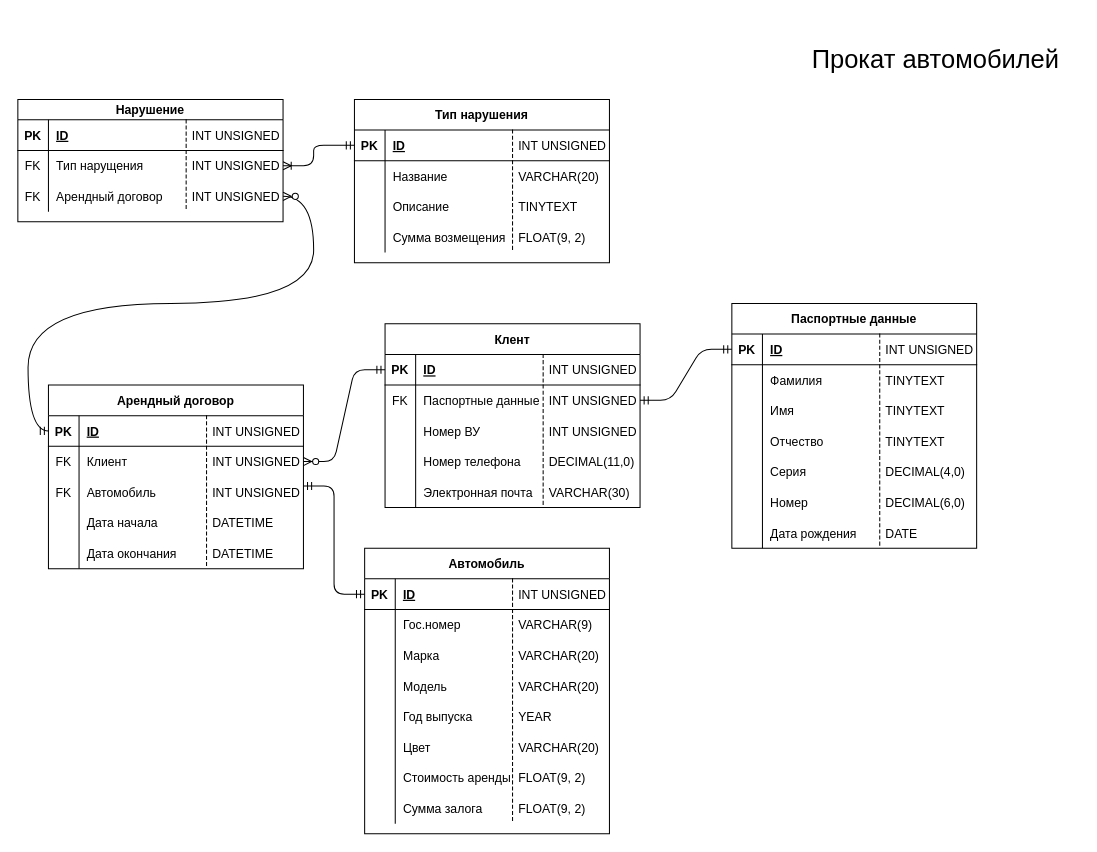
agrowein/database-project keeps this draw.io diagram as er/market.physics.drawio. Above is the earlier version. Source tidied: cells renumbered, new cells numbered last; positions are measured from the earlier drawing's top-left corner, leaving out a move shared by most shapes. Both pictures are drawn from the tidied source at 102%, with x=0, y=0 at pixel (17, 17).
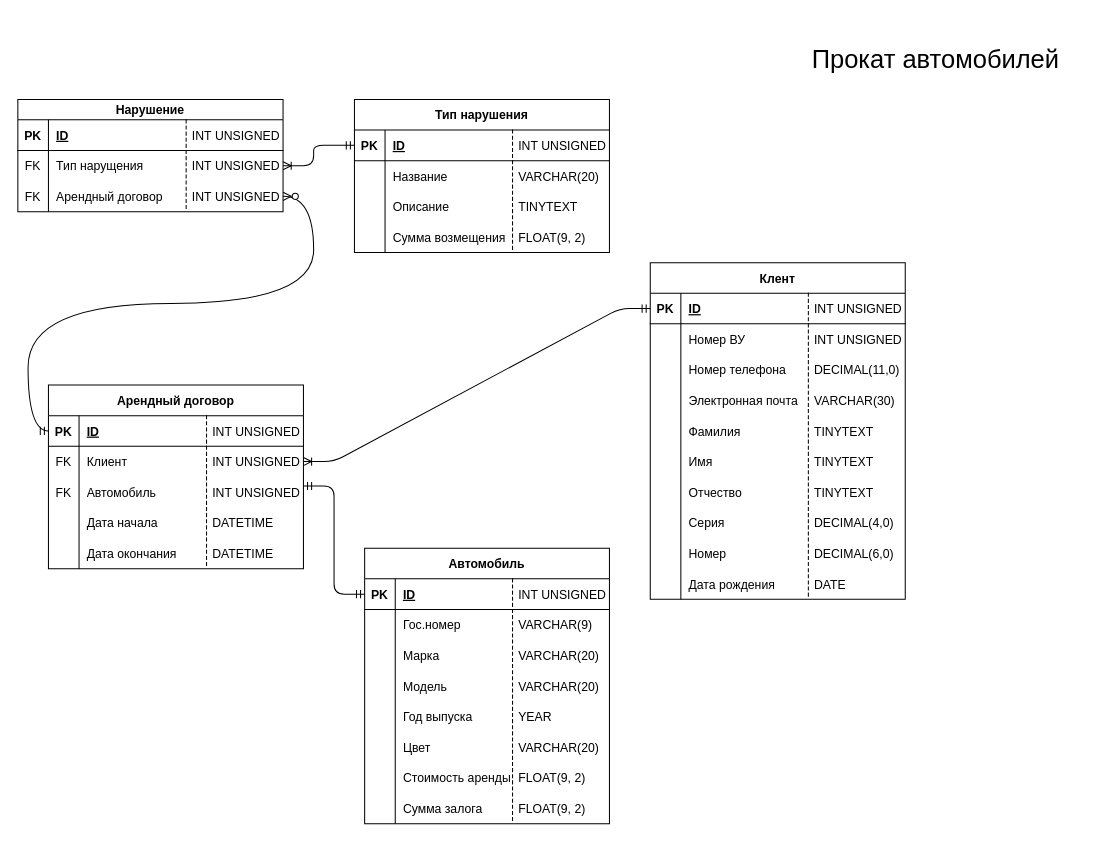
Above is the later version.

The change refers to these unchanged cells:
```xml
<mxCell id="29" style="shape=partialRectangle;fillColor=none;top=0;left=0;bottom=1;right=0;points=[[0,0.5],[1,0.5]];portConstraint=eastwest;" parent="28" vertex="1">
  <mxGeometry y="30" width="250" height="30" as="geometry" />
</mxCell>
```

What changed in the source:
```diff
@@
     <mxCell id="3" value="Автомобиль" style="shape=table;startSize=30;childLayout=tableLayout;rowLines=0;fontStyle=1;align=center;" parent="1" vertex="1">
-      <mxGeometry x="340" y="520" width="240" height="280" as="geometry" />
+      <mxGeometry x="340" y="520" width="240" height="270" as="geometry" />
     </mxCell>
@@
     <mxCell id="28" value="Клент" style="shape=table;startSize=30;childLayout=tableLayout;rowLines=0;fontStyle=1;align=center;" parent="1" vertex="1">
-      <mxGeometry x="360" y="300" width="250" height="180" as="geometry" />
+      <mxGeometry x="620" y="240" width="250" height="330" as="geometry" />
     </mxCell>
@@
-    <mxCell id="32" style="shape=partialRectangle;fillColor=none;top=0;left=0;bottom=0;right=0;points=[[0,0.5],[1,0.5]];portConstraint=eastwest;" parent="28" vertex="1">
-      <mxGeometry y="60" width="250" height="30" as="geometry" />
-    </mxCell>
-    <mxCell id="33" value="FK" style="shape=partialRectangle;fillColor=none;top=0;left=0;bottom=0;right=0;overflow=hidden;" parent="32" vertex="1">
-      <mxGeometry width="30" height="30" as="geometry" />
-    </mxCell>
-    <mxCell id="34" value="Паспортные данные" style="shape=partialRectangle;fillColor=none;top=0;left=0;bottom=0;right=0;align=left;spacingLeft=6;overflow=hidden;" parent="32" vertex="1">
-      <mxGeometry x="30" width="220" height="30" as="geometry" />
-    </mxCell>
     <mxCell id="35" style="shape=partialRectangle;fillColor=none;top=0;left=0;bottom=0;right=0;" parent="28" vertex="1">
-      <mxGeometry y="90" width="250" height="30" as="geometry" />
+      <mxGeometry y="60" width="250" height="30" as="geometry" />
     </mxCell>
@@
     <mxCell id="38" style="shape=partialRectangle;fillColor=none;top=0;left=0;bottom=0;right=0;" parent="28" vertex="1">
-      <mxGeometry y="120" width="250" height="30" as="geometry" />
+      <mxGeometry y="90" width="250" height="30" as="geometry" />
     </mxCell>
@@
     <mxCell id="41" style="shape=partialRectangle;fillColor=none;top=0;left=0;bottom=0;right=0;" parent="28" vertex="1">
-      <mxGeometry y="150" width="250" height="30" as="geometry" />
+      <mxGeometry y="120" width="250" height="30" as="geometry" />
     </mxCell>
@@
-    <mxCell id="44" value="Арендный договор" style="shape=table;startSize=30;childLayout=tableLayout;rowLines=0;fontStyle=1;align=center;" parent="1" vertex="1">
-      <mxGeometry x="30" y="360" width="250" height="180" as="geometry" />
-    </mxCell>
-    <mxCell id="45" style="shape=partialRectangle;fillColor=none;top=0;left=0;bottom=1;right=0;points=[[0,0.5],[1,0.5]];portConstraint=eastwest;" parent="44" vertex="1">
-      <mxGeometry y="30" width="250" height="30" as="geometry" />
-    </mxCell>
-    <mxCell id="46" value="PK" style="shape=partialRectangle;fillColor=none;top=0;left=0;bottom=0;right=0;fontStyle=1;overflow=hidden;" parent="45" vertex="1">
-      <mxGeometry width="30" height="30" as="geometry" />
-    </mxCell>
-    <mxCell id="47" value="ID" style="shape=partialRectangle;fillColor=none;top=0;left=0;bottom=0;right=0;align=left;spacingLeft=6;fontStyle=5;overflow=hidden;" parent="45" vertex="1">
-      <mxGeometry x="30" width="220" height="30" as="geometry" />
-    </mxCell>
-    <mxCell id="48" style="shape=partialRectangle;fillColor=none;top=0;left=0;bottom=0;right=0;points=[[0,0.5],[1,0.5]];portConstraint=eastwest;" parent="44" vertex="1">
-      <mxGeometry y="60" width="250" height="30" as="geometry" />
-    </mxCell>
-    <mxCell id="49" value="FK" style="shape=partialRectangle;fillColor=none;top=0;left=0;bottom=0;right=0;overflow=hidden;" parent="48" vertex="1">
-      <mxGeometry width="30" height="30" as="geometry" />
-    </mxCell>
-    <mxCell id="50" value="Клиент" style="shape=partialRectangle;fillColor=none;top=0;left=0;bottom=0;right=0;align=left;spacingLeft=6;overflow=hidden;" parent="48" vertex="1">
-      <mxGeometry x="30" width="220" height="30" as="geometry" />
-    </mxCell>
-    <mxCell id="51" style="shape=partialRectangle;fillColor=none;top=0;left=0;bottom=0;right=0;points=[[0,0.5],[1,0.5]];portConstraint=eastwest;" parent="44" vertex="1">
-      <mxGeometry y="90" width="250" height="30" as="geometry" />
-    </mxCell>
-    <mxCell id="52" value="FK" style="shape=partialRectangle;fillColor=none;top=0;left=0;bottom=0;right=0;overflow=hidden;" parent="51" vertex="1">
-      <mxGeometry width="30" height="30" as="geometry" />
-    </mxCell>
-    <mxCell id="53" value="Автомобиль" style="shape=partialRectangle;fillColor=none;top=0;left=0;bottom=0;right=0;align=left;spacingLeft=6;overflow=hidden;" parent="51" vertex="1">
-      <mxGeometry x="30" width="220" height="30" as="geometry" />
-    </mxCell>
-    <mxCell id="54" style="shape=partialRectangle;fillColor=none;top=0;left=0;bottom=0;right=0;" parent="44" vertex="1">
-      <mxGeometry y="120" width="250" height="30" as="geometry" />
-    </mxCell>
-    <mxCell id="55" style="shape=partialRectangle;fillColor=none;top=0;left=0;bottom=0;right=0;overflow=hidden;" parent="54" vertex="1">
-      <mxGeometry width="30" height="30" as="geometry" />
-    </mxCell>
-    <mxCell id="56" value="Дата начала" style="shape=partialRectangle;fillColor=none;top=0;left=0;bottom=0;right=0;align=left;spacingLeft=6;overflow=hidden;" parent="54" vertex="1">
-      <mxGeometry x="30" width="220" height="30" as="geometry" />
-    </mxCell>
-    <mxCell id="57" style="shape=partialRectangle;fillColor=none;top=0;left=0;bottom=0;right=0;" parent="44" vertex="1">
-      <mxGeometry y="150" width="250" height="30" as="geometry" />
-    </mxCell>
-    <mxCell id="58" style="shape=partialRectangle;fillColor=none;top=0;left=0;bottom=0;right=0;overflow=hidden;" parent="57" vertex="1">
-      <mxGeometry width="30" height="30" as="geometry" />
-    </mxCell>
-    <mxCell id="59" value="Дата окончания" style="shape=partialRectangle;fillColor=none;top=0;left=0;bottom=0;right=0;align=left;spacingLeft=6;overflow=hidden;" parent="57" vertex="1">
-      <mxGeometry x="30" width="220" height="30" as="geometry" />
-    </mxCell>
-    <mxCell id="60" value="Паспортные данные" style="shape=table;startSize=30;childLayout=tableLayout;rowLines=0;fontStyle=1;align=center;" parent="1" vertex="1">
-      <mxGeometry x="700" y="280" width="240" height="240" as="geometry" />
-    </mxCell>
-    <mxCell id="61" style="shape=partialRectangle;fillColor=none;top=0;left=0;bottom=1;right=0;points=[[0,0.5],[1,0.5]];portConstraint=eastwest;" parent="60" vertex="1">
-      <mxGeometry y="30" width="240" height="30" as="geometry" />
-    </mxCell>
-    <mxCell id="62" value="PK" style="shape=partialRectangle;fillColor=none;top=0;left=0;bottom=0;right=0;fontStyle=1;overflow=hidden;" parent="61" vertex="1">
-      <mxGeometry width="30" height="30" as="geometry" />
-    </mxCell>
-    <mxCell id="63" value="ID" style="shape=partialRectangle;fillColor=none;top=0;left=0;bottom=0;right=0;align=left;spacingLeft=6;fontStyle=5;overflow=hidden;" parent="61" vertex="1">
-      <mxGeometry x="30" width="210" height="30" as="geometry" />
-    </mxCell>
-    <mxCell id="64" style="shape=partialRectangle;fillColor=none;top=0;left=0;bottom=0;right=0;" parent="60" vertex="1">
-      <mxGeometry y="60" width="240" height="30" as="geometry" />
+    <mxCell id="64" style="shape=partialRectangle;fillColor=none;top=0;left=0;bottom=0;right=0;" parent="28" vertex="1">
+      <mxGeometry y="150" width="250" height="30" as="geometry" />
     </mxCell>
@@
     <mxCell id="66" value="Фамилия" style="shape=partialRectangle;fillColor=none;top=0;left=0;bottom=0;right=0;align=left;spacingLeft=6;overflow=hidden;" parent="64" vertex="1">
-      <mxGeometry x="30" width="210" height="30" as="geometry" />
+      <mxGeometry x="30" width="220" height="30" as="geometry" />
     </mxCell>
-    <mxCell id="67" style="shape=partialRectangle;fillColor=none;top=0;left=0;bottom=0;right=0;" parent="60" vertex="1">
-      <mxGeometry y="90" width="240" height="30" as="geometry" />
+    <mxCell id="67" style="shape=partialRectangle;fillColor=none;top=0;left=0;bottom=0;right=0;" parent="28" vertex="1">
+      <mxGeometry y="180" width="250" height="30" as="geometry" />
     </mxCell>
@@
     <mxCell id="69" value="Имя" style="shape=partialRectangle;fillColor=none;top=0;left=0;bottom=0;right=0;align=left;spacingLeft=6;overflow=hidden;" parent="67" vertex="1">
-      <mxGeometry x="30" width="210" height="30" as="geometry" />
+      <mxGeometry x="30" width="220" height="30" as="geometry" />
     </mxCell>
-    <mxCell id="70" style="shape=partialRectangle;fillColor=none;top=0;left=0;bottom=0;right=0;" parent="60" vertex="1">
-      <mxGeometry y="120" width="240" height="30" as="geometry" />
+    <mxCell id="70" style="shape=partialRectangle;fillColor=none;top=0;left=0;bottom=0;right=0;" parent="28" vertex="1">
+      <mxGeometry y="210" width="250" height="30" as="geometry" />
     </mxCell>
@@
     <mxCell id="72" value="Отчество" style="shape=partialRectangle;fillColor=none;top=0;left=0;bottom=0;right=0;align=left;spacingLeft=6;overflow=hidden;" parent="70" vertex="1">
-      <mxGeometry x="30" width="210" height="30" as="geometry" />
+      <mxGeometry x="30" width="220" height="30" as="geometry" />
     </mxCell>
-    <mxCell id="73" style="shape=partialRectangle;fillColor=none;top=0;left=0;bottom=0;right=0;" parent="60" vertex="1">
-      <mxGeometry y="150" width="240" height="30" as="geometry" />
+    <mxCell id="73" style="shape=partialRectangle;fillColor=none;top=0;left=0;bottom=0;right=0;" parent="28" vertex="1">
+      <mxGeometry y="240" width="250" height="30" as="geometry" />
     </mxCell>
@@
     <mxCell id="75" value="Серия" style="shape=partialRectangle;fillColor=none;top=0;left=0;bottom=0;right=0;align=left;spacingLeft=6;overflow=hidden;" parent="73" vertex="1">
-      <mxGeometry x="30" width="210" height="30" as="geometry" />
+      <mxGeometry x="30" width="220" height="30" as="geometry" />
     </mxCell>
-    <mxCell id="76" style="shape=partialRectangle;fillColor=none;top=0;left=0;bottom=0;right=0;" parent="60" vertex="1">
-      <mxGeometry y="180" width="240" height="30" as="geometry" />
+    <mxCell id="76" style="shape=partialRectangle;fillColor=none;top=0;left=0;bottom=0;right=0;" parent="28" vertex="1">
+      <mxGeometry y="270" width="250" height="30" as="geometry" />
     </mxCell>
@@
     <mxCell id="78" value="Номер" style="shape=partialRectangle;fillColor=none;top=0;left=0;bottom=0;right=0;align=left;spacingLeft=6;overflow=hidden;" parent="76" vertex="1">
-      <mxGeometry x="30" width="210" height="30" as="geometry" />
+      <mxGeometry x="30" width="220" height="30" as="geometry" />
     </mxCell>
-    <mxCell id="79" style="shape=partialRectangle;fillColor=none;top=0;left=0;bottom=0;right=0;" parent="60" vertex="1">
-      <mxGeometry y="210" width="240" height="30" as="geometry" />
+    <mxCell id="79" style="shape=partialRectangle;fillColor=none;top=0;left=0;bottom=0;right=0;" parent="28" vertex="1">
+      <mxGeometry y="300" width="250" height="30" as="geometry" />
     </mxCell>
@@
     <mxCell id="81" value="Дата рождения" style="shape=partialRectangle;fillColor=none;top=0;left=0;bottom=0;right=0;align=left;spacingLeft=6;overflow=hidden;" parent="79" vertex="1">
-      <mxGeometry x="30" width="210" height="30" as="geometry" />
+      <mxGeometry x="30" width="220" height="30" as="geometry" />
     </mxCell>
+    <mxCell id="44" value="Арендный договор" style="shape=table;startSize=30;childLayout=tableLayout;rowLines=0;fontStyle=1;align=center;" parent="1" vertex="1">
+      <mxGeometry x="30" y="360" width="250" height="180" as="geometry" />
+    </mxCell>
+    <mxCell id="45" style="shape=partialRectangle;fillColor=none;top=0;left=0;bottom=1;right=0;points=[[0,0.5],[1,0.5]];portConstraint=eastwest;" parent="44" vertex="1">
+      <mxGeometry y="30" width="250" height="30" as="geometry" />
+    </mxCell>
+    <mxCell id="46" value="PK" style="shape=partialRectangle;fillColor=none;top=0;left=0;bottom=0;right=0;fontStyle=1;overflow=hidden;" parent="45" vertex="1">
+      <mxGeometry width="30" height="30" as="geometry" />
+    </mxCell>
+    <mxCell id="47" value="ID" style="shape=partialRectangle;fillColor=none;top=0;left=0;bottom=0;right=0;align=left;spacingLeft=6;fontStyle=5;overflow=hidden;" parent="45" vertex="1">
+      <mxGeometry x="30" width="220" height="30" as="geometry" />
+    </mxCell>
+    <mxCell id="48" style="shape=partialRectangle;fillColor=none;top=0;left=0;bottom=0;right=0;points=[[0,0.5],[1,0.5]];portConstraint=eastwest;" parent="44" vertex="1">
+      <mxGeometry y="60" width="250" height="30" as="geometry" />
+    </mxCell>
+    <mxCell id="49" value="FK" style="shape=partialRectangle;fillColor=none;top=0;left=0;bottom=0;right=0;overflow=hidden;" parent="48" vertex="1">
+      <mxGeometry width="30" height="30" as="geometry" />
+    </mxCell>
+    <mxCell id="50" value="Клиент" style="shape=partialRectangle;fillColor=none;top=0;left=0;bottom=0;right=0;align=left;spacingLeft=6;overflow=hidden;" parent="48" vertex="1">
+      <mxGeometry x="30" width="220" height="30" as="geometry" />
+    </mxCell>
+    <mxCell id="51" style="shape=partialRectangle;fillColor=none;top=0;left=0;bottom=0;right=0;points=[[0,0.5],[1,0.5]];portConstraint=eastwest;" parent="44" vertex="1">
+      <mxGeometry y="90" width="250" height="30" as="geometry" />
+    </mxCell>
+    <mxCell id="52" value="FK" style="shape=partialRectangle;fillColor=none;top=0;left=0;bottom=0;right=0;overflow=hidden;" parent="51" vertex="1">
+      <mxGeometry width="30" height="30" as="geometry" />
+    </mxCell>
+    <mxCell id="53" value="Автомобиль" style="shape=partialRectangle;fillColor=none;top=0;left=0;bottom=0;right=0;align=left;spacingLeft=6;overflow=hidden;" parent="51" vertex="1">
+      <mxGeometry x="30" width="220" height="30" as="geometry" />
+    </mxCell>
+    <mxCell id="54" style="shape=partialRectangle;fillColor=none;top=0;left=0;bottom=0;right=0;" parent="44" vertex="1">
+      <mxGeometry y="120" width="250" height="30" as="geometry" />
+    </mxCell>
+    <mxCell id="55" style="shape=partialRectangle;fillColor=none;top=0;left=0;bottom=0;right=0;overflow=hidden;" parent="54" vertex="1">
+      <mxGeometry width="30" height="30" as="geometry" />
+    </mxCell>
+    <mxCell id="56" value="Дата начала" style="shape=partialRectangle;fillColor=none;top=0;left=0;bottom=0;right=0;align=left;spacingLeft=6;overflow=hidden;" parent="54" vertex="1">
+      <mxGeometry x="30" width="220" height="30" as="geometry" />
+    </mxCell>
+    <mxCell id="57" style="shape=partialRectangle;fillColor=none;top=0;left=0;bottom=0;right=0;" parent="44" vertex="1">
+      <mxGeometry y="150" width="250" height="30" as="geometry" />
+    </mxCell>
+    <mxCell id="58" style="shape=partialRectangle;fillColor=none;top=0;left=0;bottom=0;right=0;overflow=hidden;" parent="57" vertex="1">
+      <mxGeometry width="30" height="30" as="geometry" />
+    </mxCell>
+    <mxCell id="59" value="Дата окончания" style="shape=partialRectangle;fillColor=none;top=0;left=0;bottom=0;right=0;align=left;spacingLeft=6;overflow=hidden;" parent="57" vertex="1">
+      <mxGeometry x="30" width="220" height="30" as="geometry" />
+    </mxCell>
     <mxCell id="82" value="Нарушение" style="shape=table;startSize=20;childLayout=tableLayout;rowLines=0;fontStyle=1;align=center;" parent="1" vertex="1">
-      <mxGeometry y="80" width="260" height="120" as="geometry" />
+      <mxGeometry y="80" width="260" height="110" as="geometry" />
     </mxCell>
@@
     <mxCell id="92" value="Тип нарушения" style="shape=table;startSize=30;childLayout=tableLayout;rowLines=0;fontStyle=1;align=center;" parent="1" vertex="1">
-      <mxGeometry x="330" y="80" width="250" height="160" as="geometry" />
+      <mxGeometry x="330" y="80" width="250" height="150" as="geometry" />
     </mxCell>
@@
-    <mxCell id="105" style="edgeStyle=entityRelationEdgeStyle;fontSize=12;html=1;endArrow=ERmandOne;startArrow=ERmandOne;exitX=1;exitY=0.5;exitDx=0;exitDy=0;entryX=0;entryY=0.5;entryDx=0;entryDy=0;" parent="1" edge="1" source="32" target="61">
-      <mxGeometry relative="1" as="geometry" />
-    </mxCell>
@@
-    <mxCell id="109" style="edgeStyle=entityRelationEdgeStyle;fontSize=12;html=1;endArrow=ERmandOne;exitX=1;exitY=0.5;exitDx=0;exitDy=0;entryX=0;entryY=0.5;entryDx=0;entryDy=0;startArrow=ERzeroToMany;startFill=1;" parent="1" edge="1" source="48" target="29">
+    <mxCell id="109" style="edgeStyle=entityRelationEdgeStyle;fontSize=12;html=1;endArrow=ERmandOne;exitX=1;exitY=0.5;exitDx=0;exitDy=0;entryX=0;entryY=0.5;entryDx=0;entryDy=0;startArrow=ERoneToMany;startFill=0;" parent="1" edge="1" source="48" target="29">
       <mxGeometry relative="1" as="geometry" />
     </mxCell>
@@
-    <mxCell id="118" value="INT UNSIGNED" style="shape=partialRectangle;fillColor=none;align=left;verticalAlign=middle;strokeColor=none;spacingLeft=34;" parent="1" vertex="1">
-      <mxGeometry x="815" y="310" width="125" height="30" as="geometry" />
-    </mxCell>
-    <mxCell id="119" style="shape=partialRectangle;top=0;left=0;bottom=0;fillColor=none;stokeWidth=1;dashed=1;align=left;verticalAlign=middle;spacingLeft=4;spacingRight=4;overflow=hidden;" parent="118" vertex="1">
-      <mxGeometry width="30" height="30" as="geometry" />
-    </mxCell>
     <mxCell id="120" value="INT UNSIGNED" style="shape=partialRectangle;fillColor=none;align=left;verticalAlign=middle;strokeColor=none;spacingLeft=34;" parent="1" vertex="1">
-      <mxGeometry x="485" y="330" width="125" height="30" as="geometry" />
+      <mxGeometry x="745" y="270" width="125" height="30" as="geometry" />
     </mxCell>
@@
-    <mxCell id="130" value="INT UNSIGNED" style="shape=partialRectangle;fillColor=none;align=left;verticalAlign=middle;strokeColor=none;spacingLeft=34;" parent="1" vertex="1">
-      <mxGeometry x="485" y="360" width="125" height="30" as="geometry" />
-    </mxCell>
-    <mxCell id="131" style="shape=partialRectangle;top=0;left=0;bottom=0;fillColor=none;stokeWidth=1;dashed=1;align=left;verticalAlign=middle;spacingLeft=4;spacingRight=4;overflow=hidden;" parent="130" vertex="1">
-      <mxGeometry width="30" height="30" as="geometry" />
-    </mxCell>
     <mxCell id="132" value="INT UNSIGNED" style="shape=partialRectangle;fillColor=none;align=left;verticalAlign=middle;strokeColor=none;spacingLeft=34;" parent="1" vertex="1">
-      <mxGeometry x="485" y="390" width="125" height="30" as="geometry" />
+      <mxGeometry x="745" y="300" width="125" height="30" as="geometry" />
     </mxCell>
@@
     <mxCell id="134" value="TINYTEXT" style="shape=partialRectangle;fillColor=none;align=left;verticalAlign=middle;strokeColor=none;spacingLeft=34;" parent="1" vertex="1">
-      <mxGeometry x="815" y="340" width="125" height="30" as="geometry" />
+      <mxGeometry x="745" y="390" width="125" height="30" as="geometry" />
     </mxCell>
@@
     <mxCell id="136" value="TINYTEXT" style="shape=partialRectangle;fillColor=none;align=left;verticalAlign=middle;strokeColor=none;spacingLeft=34;" parent="1" vertex="1">
-      <mxGeometry x="815" y="370" width="125" height="30" as="geometry" />
+      <mxGeometry x="745" y="420" width="125" height="30" as="geometry" />
     </mxCell>
@@
     <mxCell id="138" value="TINYTEXT" style="shape=partialRectangle;fillColor=none;align=left;verticalAlign=middle;strokeColor=none;spacingLeft=34;" parent="1" vertex="1">
-      <mxGeometry x="815" y="400" width="125" height="30" as="geometry" />
+      <mxGeometry x="745" y="450" width="125" height="30" as="geometry" />
     </mxCell>
@@
     <mxCell id="140" value="DECIMAL(4,0)" style="shape=partialRectangle;fillColor=none;align=left;verticalAlign=middle;strokeColor=none;spacingLeft=34;" parent="1" vertex="1">
-      <mxGeometry x="815" y="430" width="125" height="30" as="geometry" />
+      <mxGeometry x="745" y="480" width="125" height="30" as="geometry" />
     </mxCell>
@@
     <mxCell id="142" value="DECIMAL(6,0)" style="shape=partialRectangle;fillColor=none;align=left;verticalAlign=middle;strokeColor=none;spacingLeft=34;" parent="1" vertex="1">
-      <mxGeometry x="815" y="460" width="125" height="30" as="geometry" />
+      <mxGeometry x="745" y="510" width="125" height="30" as="geometry" />
     </mxCell>
@@
     <mxCell id="144" value="DATE" style="shape=partialRectangle;fillColor=none;align=left;verticalAlign=middle;strokeColor=none;spacingLeft=34;" parent="1" vertex="1">
-      <mxGeometry x="815" y="490" width="125" height="30" as="geometry" />
+      <mxGeometry x="745" y="540" width="125" height="30" as="geometry" />
     </mxCell>
@@
     <mxCell id="164" value="DECIMAL(11,0)" style="shape=partialRectangle;fillColor=none;align=left;verticalAlign=middle;strokeColor=none;spacingLeft=34;" parent="1" vertex="1">
-      <mxGeometry x="485" y="420" width="125" height="30" as="geometry" />
+      <mxGeometry x="745" y="330" width="125" height="30" as="geometry" />
     </mxCell>
@@
     <mxCell id="166" value="VARCHAR(30)" style="shape=partialRectangle;fillColor=none;align=left;verticalAlign=middle;strokeColor=none;spacingLeft=34;" parent="1" vertex="1">
-      <mxGeometry x="485" y="450" width="125" height="30" as="geometry" />
+      <mxGeometry x="745" y="360" width="125" height="30" as="geometry" />
     </mxCell>
```
